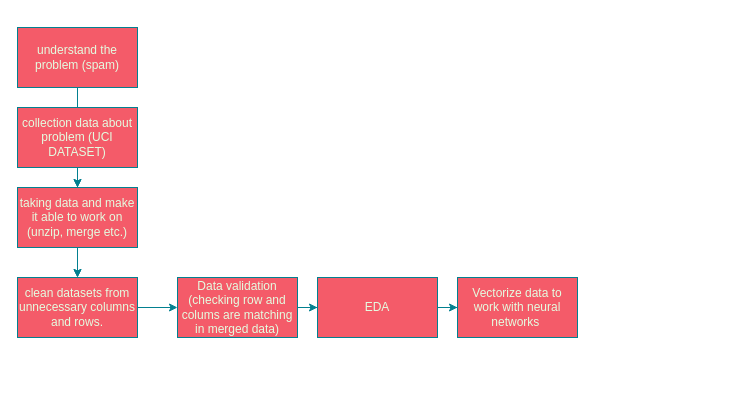
Above: page "Page-1" (1 of 2) of Başlıksız Diyagram.drawio in Pyro137/ai-as-an-api (draw.io), before the change. Source tidied: cells renumbered, new cells numbered last; positions are measured from the earlier drawing's top-left corner, leaving out a move shared by most shapes. Both pictures are drawn from the tidied source at 100%, with x=0, y=0 at pixel (17, 27).
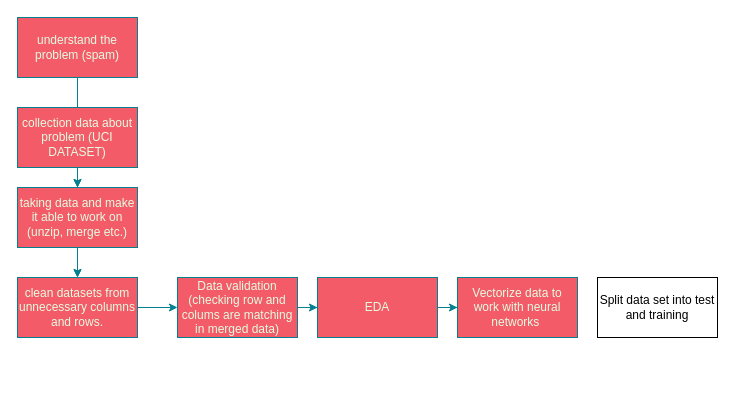
After the change.

Diff of the diagram source:
```diff
@@
     <mxCell id="3" value="understand the problem (spam&lt;span style=&quot;background-color: initial;&quot;&gt;)&lt;/span&gt;" style="rounded=0;whiteSpace=wrap;html=1;fillColor=#F45B69;labelBackgroundColor=none;strokeColor=#028090;fontColor=#E4FDE1;" parent="1" vertex="1">
-      <mxGeometry width="120" height="60" as="geometry" />
+      <mxGeometry y="-10" width="120" height="60" as="geometry" />
     </mxCell>
@@
+    <mxCell id="17" value="Split data set into test and training" style="rounded=0;whiteSpace=wrap;html=1;" parent="1" vertex="1">
+      <mxGeometry x="580" y="250" width="120" height="60" as="geometry" />
+    </mxCell>
```
